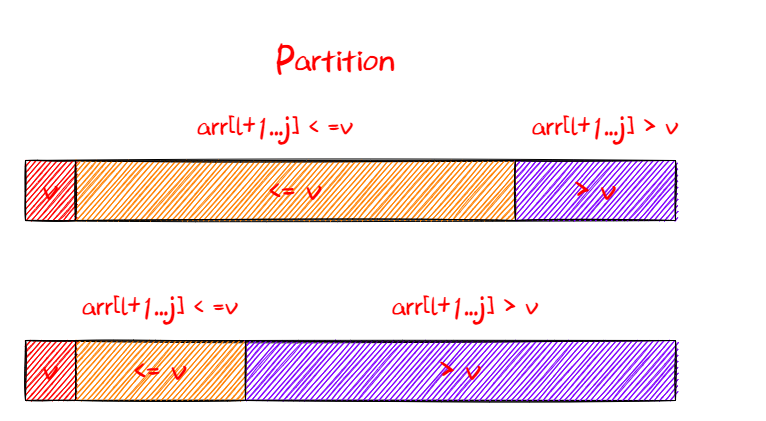
This is AlgorithmDraw/快速排序不处理V.png from X1nSea/imgbed, a draw.io export, as it was before one commit. Source tidied: cells renumbered, new cells last; positions are measured from the earlier drawing's top-left corner, leaving out a move shared by most shapes. The source it was exported from:
```xml
<mxGraphModel>
  <root>
    <mxCell id="0" />
    <mxCell id="1" parent="0" />
    <mxCell id="2" style="rounded=0;whiteSpace=wrap;html=1;sketch=1;" parent="1" vertex="1">
      <mxGeometry x="5" y="140" width="650" height="60" as="geometry" />
    </mxCell>
    <mxCell id="3" value="Partition" style="text;html=1;strokeColor=none;fillColor=none;align=center;verticalAlign=middle;whiteSpace=wrap;rounded=0;sketch=1;fontFamily=中国式手写风;fontSize=36;fontColor=#FF0000;" parent="1" vertex="1">
      <mxGeometry x="215" width="200" height="80" as="geometry" />
    </mxCell>
    <mxCell id="4" value="v" style="rounded=0;whiteSpace=wrap;html=1;sketch=1;fontFamily=中国式手写风;fontSize=36;fontColor=#FF0000;fillColor=#FF0000;" parent="1" vertex="1">
      <mxGeometry x="5" y="140" width="50" height="60" as="geometry" />
    </mxCell>
    <mxCell id="5" value="&amp;lt;= v" style="rounded=0;whiteSpace=wrap;html=1;sketch=1;fontFamily=中国式手写风;fontSize=36;fontColor=#FF0000;fillColor=#FF8000;" parent="1" vertex="1">
      <mxGeometry x="55" y="140" width="440" height="60" as="geometry" />
    </mxCell>
    <mxCell id="6" value="&amp;gt; v" style="rounded=0;whiteSpace=wrap;html=1;sketch=1;fontFamily=中国式手写风;fontSize=36;fontColor=#FF0000;fillColor=#7F00FF;" parent="1" vertex="1">
      <mxGeometry x="495" y="140" width="160" height="60" as="geometry" />
    </mxCell>
    <mxCell id="7" value="arr[l+1...j] &amp;lt; =v" style="text;html=1;strokeColor=none;fillColor=none;align=center;verticalAlign=middle;whiteSpace=wrap;rounded=0;sketch=1;fontFamily=中国式手写风;fontSize=30;fontColor=#FF0000;" parent="1" vertex="1">
      <mxGeometry x="115" y="70" width="280" height="70" as="geometry" />
    </mxCell>
    <mxCell id="8" value="arr[l+1...j] &amp;gt; v" style="text;html=1;strokeColor=none;fillColor=none;align=center;verticalAlign=middle;whiteSpace=wrap;rounded=0;sketch=1;fontFamily=中国式手写风;fontSize=30;fontColor=#FF0000;" parent="1" vertex="1">
      <mxGeometry x="445" y="70" width="280" height="70" as="geometry" />
    </mxCell>
    <mxCell id="9" style="rounded=0;whiteSpace=wrap;html=1;sketch=1;" parent="1" vertex="1">
      <mxGeometry x="5" y="320" width="650" height="60" as="geometry" />
    </mxCell>
    <mxCell id="10" value="v" style="rounded=0;whiteSpace=wrap;html=1;sketch=1;fontFamily=中国式手写风;fontSize=36;fontColor=#FF0000;fillColor=#FF0000;" parent="1" vertex="1">
      <mxGeometry x="5" y="320" width="50" height="60" as="geometry" />
    </mxCell>
    <mxCell id="11" value="&amp;lt;= v" style="rounded=0;whiteSpace=wrap;html=1;sketch=1;fontFamily=中国式手写风;fontSize=36;fontColor=#FF0000;fillColor=#FF8000;" parent="1" vertex="1">
      <mxGeometry x="55" y="320" width="170" height="60" as="geometry" />
    </mxCell>
    <mxCell id="12" value="&amp;gt; v" style="rounded=0;whiteSpace=wrap;html=1;sketch=1;fontFamily=中国式手写风;fontSize=36;fontColor=#FF0000;fillColor=#7F00FF;" parent="1" vertex="1">
      <mxGeometry x="225" y="320" width="430" height="60" as="geometry" />
    </mxCell>
    <mxCell id="13" value="arr[l+1...j] &amp;lt; =v" style="text;html=1;strokeColor=none;fillColor=none;align=center;verticalAlign=middle;whiteSpace=wrap;rounded=0;sketch=1;fontFamily=中国式手写风;fontSize=30;fontColor=#FF0000;" parent="1" vertex="1">
      <mxGeometry y="250" width="280" height="70" as="geometry" />
    </mxCell>
    <mxCell id="14" value="arr[l+1...j] &amp;gt; v" style="text;html=1;strokeColor=none;fillColor=none;align=center;verticalAlign=middle;whiteSpace=wrap;rounded=0;sketch=1;fontFamily=中国式手写风;fontSize=30;fontColor=#FF0000;" parent="1" vertex="1">
      <mxGeometry x="305" y="250" width="280" height="70" as="geometry" />
    </mxCell>
  </root>
</mxGraphModel>
```
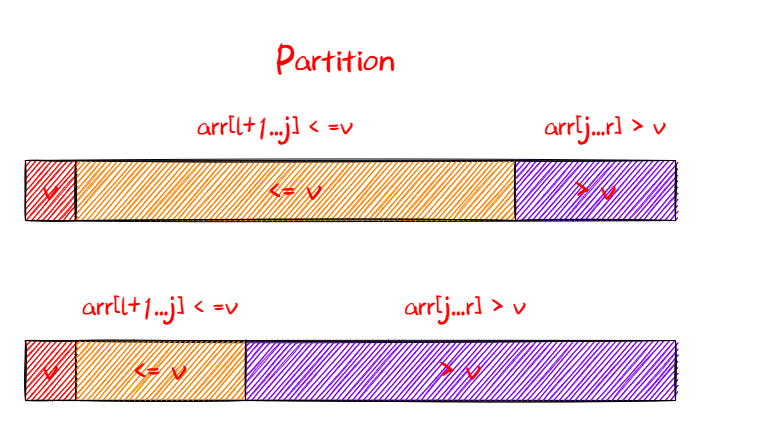
After the commit.

Commit message:
Added 快速排序不处理V.png

Change to the diagram source:
```diff
@@ -20,7 +20,7 @@
     <mxCell id="7" value="arr[l+1...j] &amp;lt; =v" style="text;html=1;strokeColor=none;fillColor=none;align=center;verticalAlign=middle;whiteSpace=wrap;rounded=0;sketch=1;fontFamily=中国式手写风;fontSize=30;fontColor=#FF0000;" parent="1" vertex="1">
       <mxGeometry x="115" y="70" width="280" height="70" as="geometry" />
     </mxCell>
-    <mxCell id="8" value="arr[l+1...j] &amp;gt; v" style="text;html=1;strokeColor=none;fillColor=none;align=center;verticalAlign=middle;whiteSpace=wrap;rounded=0;sketch=1;fontFamily=中国式手写风;fontSize=30;fontColor=#FF0000;" parent="1" vertex="1">
+    <mxCell id="8" value="arr[j...r] &amp;gt; v" style="text;html=1;strokeColor=none;fillColor=none;align=center;verticalAlign=middle;whiteSpace=wrap;rounded=0;sketch=1;fontFamily=中国式手写风;fontSize=30;fontColor=#FF0000;" parent="1" vertex="1">
       <mxGeometry x="445" y="70" width="280" height="70" as="geometry" />
     </mxCell>
     <mxCell id="9" style="rounded=0;whiteSpace=wrap;html=1;sketch=1;" parent="1" vertex="1">
@@ -38,7 +38,7 @@
     <mxCell id="13" value="arr[l+1...j] &amp;lt; =v" style="text;html=1;strokeColor=none;fillColor=none;align=center;verticalAlign=middle;whiteSpace=wrap;rounded=0;sketch=1;fontFamily=中国式手写风;fontSize=30;fontColor=#FF0000;" parent="1" vertex="1">
       <mxGeometry y="250" width="280" height="70" as="geometry" />
     </mxCell>
-    <mxCell id="14" value="arr[l+1...j] &amp;gt; v" style="text;html=1;strokeColor=none;fillColor=none;align=center;verticalAlign=middle;whiteSpace=wrap;rounded=0;sketch=1;fontFamily=中国式手写风;fontSize=30;fontColor=#FF0000;" parent="1" vertex="1">
+    <mxCell id="14" value="arr[j...r] &amp;gt; v" style="text;html=1;strokeColor=none;fillColor=none;align=center;verticalAlign=middle;whiteSpace=wrap;rounded=0;sketch=1;fontFamily=中国式手写风;fontSize=30;fontColor=#FF0000;" parent="1" vertex="1">
       <mxGeometry x="305" y="250" width="280" height="70" as="geometry" />
     </mxCell>
   </root>
```
